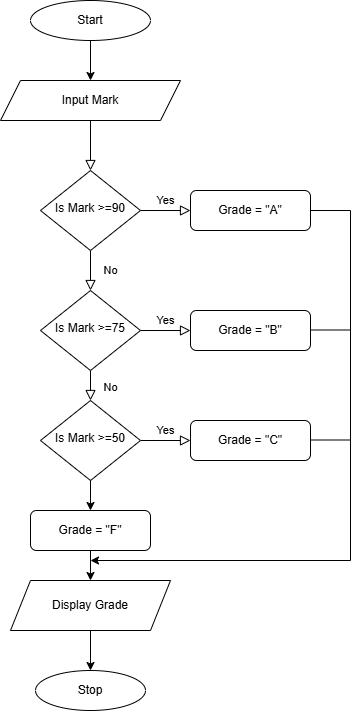
Above: images/Q2.drawio.png in jayani-athukorala/algorithm-flowchart-exercise (draw.io), before the change. Source tidied: cells renumbered, new cells last; positions are measured from the earlier drawing's top-left corner, leaving out a move shared by most shapes.
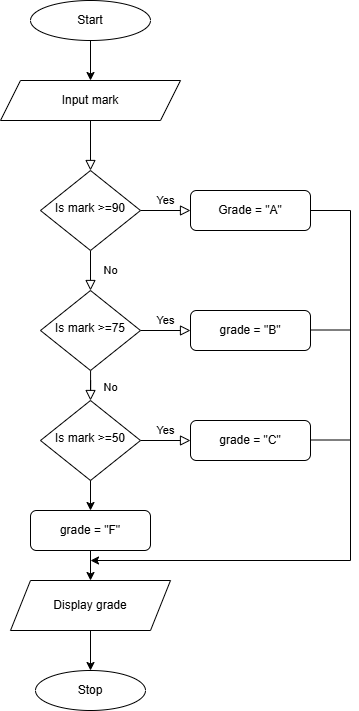
Above is the later version.

The edit, as a diff of the source:
```diff
@@ -13,7 +13,7 @@
     <mxCell id="4" value="Yes" style="edgeStyle=orthogonalEdgeStyle;rounded=0;html=1;jettySize=auto;fontSize=11;endArrow=block;endFill=0;endSize=8;strokeWidth=1;shadow=0;labelBackgroundColor=none;" parent="1" edge="1" source="5" target="6">
       <mxGeometry y="10" relative="1" as="geometry" />
     </mxCell>
-    <mxCell id="5" value="Is Mark &amp;gt;=90" style="rhombus;whiteSpace=wrap;html=1;shadow=0;fontFamily=Helvetica;fontSize=12;align=center;strokeWidth=1;spacing=6;spacingTop=-4;" parent="1" vertex="1">
+    <mxCell id="5" value="Is mark &amp;gt;=90" style="rhombus;whiteSpace=wrap;html=1;shadow=0;fontFamily=Helvetica;fontSize=12;align=center;strokeWidth=1;spacing=6;spacingTop=-4;" parent="1" vertex="1">
       <mxGeometry x="40" y="170" width="100" height="80" as="geometry" />
     </mxCell>
     <mxCell id="6" value="Grade = &quot;A&quot;" style="rounded=1;whiteSpace=wrap;html=1;fontSize=12;glass=0;strokeWidth=1;shadow=0;" parent="1" vertex="1">
@@ -27,19 +27,19 @@
     <mxCell id="8" value="Yes" style="edgeStyle=orthogonalEdgeStyle;rounded=0;html=1;jettySize=auto;fontSize=11;endArrow=block;endFill=0;endSize=8;strokeWidth=1;shadow=0;labelBackgroundColor=none;" parent="1" edge="1" source="9" target="11">
       <mxGeometry y="10" relative="1" as="geometry" />
     </mxCell>
-    <mxCell id="9" value="Is Mark &amp;gt;=75" style="rhombus;whiteSpace=wrap;html=1;shadow=0;fontFamily=Helvetica;fontSize=12;align=center;strokeWidth=1;spacing=6;spacingTop=-4;" parent="1" vertex="1">
+    <mxCell id="9" value="Is mark &amp;gt;=75" style="rhombus;whiteSpace=wrap;html=1;shadow=0;fontFamily=Helvetica;fontSize=12;align=center;strokeWidth=1;spacing=6;spacingTop=-4;" parent="1" vertex="1">
       <mxGeometry x="40" y="290" width="100" height="80" as="geometry" />
     </mxCell>
-    <mxCell id="10" value="Grade = &quot;F&quot;" style="rounded=1;whiteSpace=wrap;html=1;fontSize=12;glass=0;strokeWidth=1;shadow=0;" parent="1" vertex="1">
+    <mxCell id="10" value="grade = &quot;F&quot;" style="rounded=1;whiteSpace=wrap;html=1;fontSize=12;glass=0;strokeWidth=1;shadow=0;" parent="1" vertex="1">
       <mxGeometry x="30" y="510" width="120" height="40" as="geometry" />
     </mxCell>
-    <mxCell id="11" value="Grade = &quot;B&quot;" style="rounded=1;whiteSpace=wrap;html=1;fontSize=12;glass=0;strokeWidth=1;shadow=0;" parent="1" vertex="1">
+    <mxCell id="11" value="grade = &quot;B&quot;" style="rounded=1;whiteSpace=wrap;html=1;fontSize=12;glass=0;strokeWidth=1;shadow=0;" parent="1" vertex="1">
       <mxGeometry x="190" y="310" width="120" height="40" as="geometry" />
     </mxCell>
-    <mxCell id="12" value="Display Grade" style="shape=parallelogram;perimeter=parallelogramPerimeter;whiteSpace=wrap;html=1;fixedSize=1;" parent="1" vertex="1">
+    <mxCell id="12" value="Display grade" style="shape=parallelogram;perimeter=parallelogramPerimeter;whiteSpace=wrap;html=1;fixedSize=1;" parent="1" vertex="1">
       <mxGeometry x="10" y="580" width="160" height="50" as="geometry" />
     </mxCell>
-    <mxCell id="13" value="Input Mark" style="shape=parallelogram;perimeter=parallelogramPerimeter;whiteSpace=wrap;html=1;fixedSize=1;" parent="1" vertex="1">
+    <mxCell id="13" value="Input mark" style="shape=parallelogram;perimeter=parallelogramPerimeter;whiteSpace=wrap;html=1;fixedSize=1;" parent="1" vertex="1">
       <mxGeometry y="80" width="180" height="40" as="geometry" />
     </mxCell>
     <mxCell id="14" value="Start" style="ellipse;whiteSpace=wrap;html=1;" parent="1" vertex="1">
@@ -48,10 +48,10 @@
     <mxCell id="15" value="Yes" style="edgeStyle=orthogonalEdgeStyle;rounded=0;html=1;jettySize=auto;fontSize=11;endArrow=block;endFill=0;endSize=8;strokeWidth=1;shadow=0;labelBackgroundColor=none;" parent="1" edge="1" source="16" target="17">
       <mxGeometry y="10" relative="1" as="geometry" />
     </mxCell>
-    <mxCell id="16" value="Is Mark &amp;gt;=50" style="rhombus;whiteSpace=wrap;html=1;shadow=0;fontFamily=Helvetica;fontSize=12;align=center;strokeWidth=1;spacing=6;spacingTop=-4;" parent="1" vertex="1">
+    <mxCell id="16" value="Is mark &amp;gt;=50" style="rhombus;whiteSpace=wrap;html=1;shadow=0;fontFamily=Helvetica;fontSize=12;align=center;strokeWidth=1;spacing=6;spacingTop=-4;" parent="1" vertex="1">
       <mxGeometry x="40" y="400" width="100" height="80" as="geometry" />
     </mxCell>
-    <mxCell id="17" value="Grade = &quot;C&quot;" style="rounded=1;whiteSpace=wrap;html=1;fontSize=12;glass=0;strokeWidth=1;shadow=0;" parent="1" vertex="1">
+    <mxCell id="17" value="grade = &quot;C&quot;" style="rounded=1;whiteSpace=wrap;html=1;fontSize=12;glass=0;strokeWidth=1;shadow=0;" parent="1" vertex="1">
       <mxGeometry x="190" y="420" width="120" height="40" as="geometry" />
     </mxCell>
     <mxCell id="18" style="endArrow=classic;html=1;rounded=0;exitX=0.5;exitY=1;exitDx=0;exitDy=0;entryX=0.5;entryY=0;entryDx=0;entryDy=0;" parent="1" edge="1" source="16" target="10">
```
